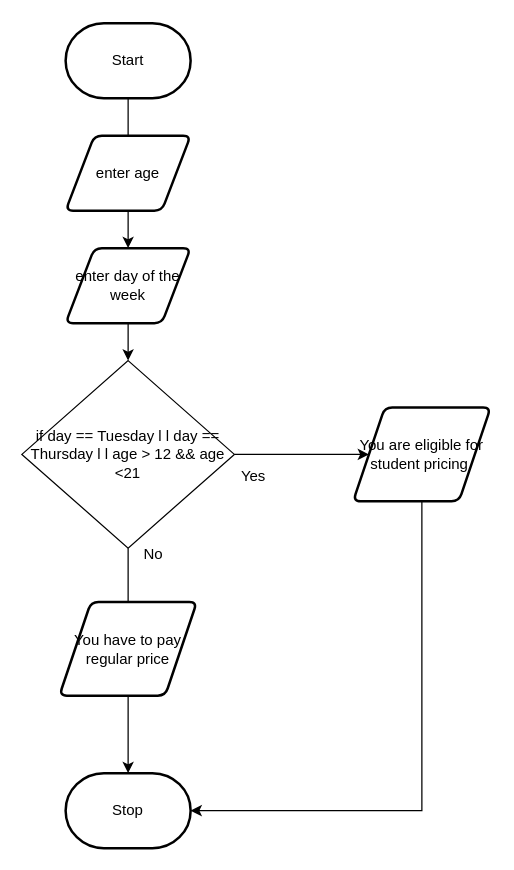
The draw.io diagram design/flowchart.drawio in MTHS-ICD2O-1-2024/ICD2O-Unit-5-04-Joyce-Nkengbeza, before the edit. Source tidied: cells renumbered, new cells numbered last; positions are measured from the earlier drawing's top-left corner, leaving out a move shared by most shapes. Both pictures are drawn from the tidied source at 125%, with x=0, y=0 at pixel (21, 22).
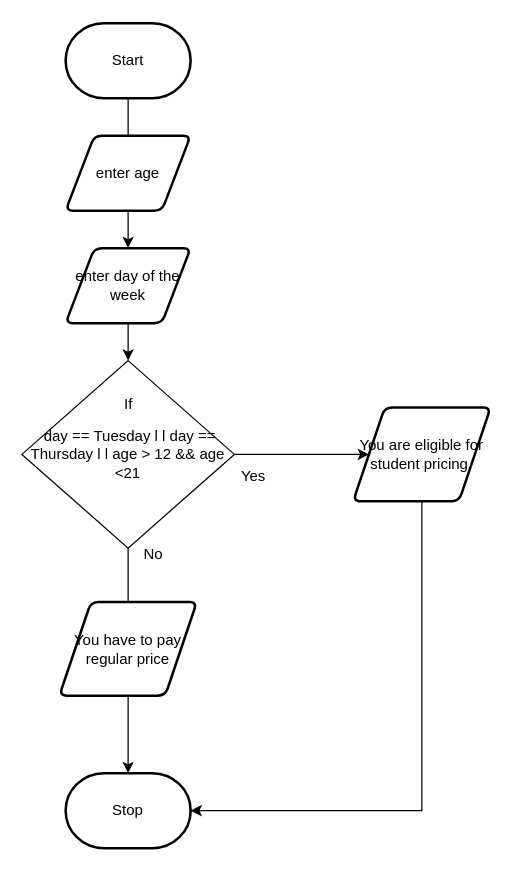
The same page after the edit.

What changed in the source:
```diff
@@
 <mxGraphModel>
   <root>
     <mxCell id="0" />
     <mxCell id="1" parent="0" />
     <mxCell id="2" style="edgeStyle=orthogonalEdgeStyle;html=1;rounded=0;" parent="1" edge="1" source="10" target="4">
       <mxGeometry relative="1" as="geometry" />
     </mxCell>
     <mxCell id="3" value="Start" style="strokeWidth=2;html=1;shape=mxgraph.flowchart.terminator;whiteSpace=wrap;" parent="1" vertex="1">
       <mxGeometry x="35" width="100" height="60" as="geometry" />
     </mxCell>
     <mxCell id="4" value="Stop" style="strokeWidth=2;html=1;shape=mxgraph.flowchart.terminator;whiteSpace=wrap;" parent="1" vertex="1">
       <mxGeometry x="35" y="600" width="100" height="60" as="geometry" />
     </mxCell>
     <mxCell id="5" style="edgeStyle=orthogonalEdgeStyle;html=1;rounded=0;" parent="1" edge="1" source="3" target="6">
       <mxGeometry relative="1" as="geometry" />
     </mxCell>
     <mxCell id="6" value="enter day of the week" style="shape=parallelogram;html=1;strokeWidth=2;perimeter=parallelogramPerimeter;whiteSpace=wrap;rounded=1;arcSize=12;size=0.23;" parent="1" vertex="1">
       <mxGeometry x="35" y="180" width="100" height="60" as="geometry" />
     </mxCell>
     <mxCell id="7" value="enter age" style="shape=parallelogram;html=1;strokeWidth=2;perimeter=parallelogramPerimeter;whiteSpace=wrap;rounded=1;arcSize=12;size=0.23;" parent="1" vertex="1">
       <mxGeometry x="35" y="90" width="100" height="60" as="geometry" />
     </mxCell>
     <mxCell id="8" style="edgeStyle=orthogonalEdgeStyle;html=1;rounded=0;" parent="1" edge="1" source="6" target="10">
       <mxGeometry relative="1" as="geometry" />
     </mxCell>
     <mxCell id="9" style="edgeStyle=none;html=1;" parent="1" edge="1" source="10" target="12">
       <mxGeometry relative="1" as="geometry" />
     </mxCell>
-    <mxCell id="10" value="if day == Tuesday l l day == Thursday l l age &amp;gt; 12 &amp;amp;&amp;amp; age &amp;lt;21" style="rhombus;whiteSpace=wrap;html=1;" parent="1" vertex="1">
+    <mxCell id="10" value="&amp;nbsp;day == Tuesday l l day == Thursday l l age &amp;gt; 12 &amp;amp;&amp;amp; age &amp;lt;21" style="rhombus;whiteSpace=wrap;html=1;" parent="1" vertex="1">
       <mxGeometry y="270" width="170" height="150" as="geometry" />
     </mxCell>
     <mxCell id="11" style="edgeStyle=elbowEdgeStyle;html=1;rounded=0;elbow=vertical;" parent="1" edge="1" source="12" target="4">
       <mxGeometry relative="1" as="geometry">
         <Array as="points">
           <mxPoint x="235" y="630" />
         </Array>
       </mxGeometry>
     </mxCell>
     <mxCell id="12" value="You are eligible for student pricing&amp;nbsp;" style="shape=parallelogram;html=1;strokeWidth=2;perimeter=parallelogramPerimeter;whiteSpace=wrap;rounded=1;arcSize=12;size=0.23;" parent="1" vertex="1">
       <mxGeometry x="265" y="307.5" width="110" height="75" as="geometry" />
     </mxCell>
     <mxCell id="13" value="Yes" style="text;html=1;align=center;verticalAlign=middle;strokeColor=none;fillColor=none;" parent="1" vertex="1">
       <mxGeometry x="165" y="348" width="40" height="30" as="geometry" />
     </mxCell>
     <mxCell id="14" value="No" style="text;html=1;align=center;verticalAlign=middle;strokeColor=none;fillColor=none;" parent="1" vertex="1">
       <mxGeometry x="85" y="410" width="40" height="30" as="geometry" />
     </mxCell>
     <mxCell id="15" value="You have to pay regular price" style="shape=parallelogram;html=1;strokeWidth=2;perimeter=parallelogramPerimeter;whiteSpace=wrap;rounded=1;arcSize=12;size=0.23;" parent="1" vertex="1">
       <mxGeometry x="30" y="463" width="110" height="75" as="geometry" />
     </mxCell>
+    <mxCell id="16" value="If" style="text;html=1;align=center;verticalAlign=middle;strokeColor=none;fillColor=none;" parent="1" vertex="1">
+      <mxGeometry x="70" y="290" width="30" height="30" as="geometry" />
+    </mxCell>
   </root>
 </mxGraphModel>
```
